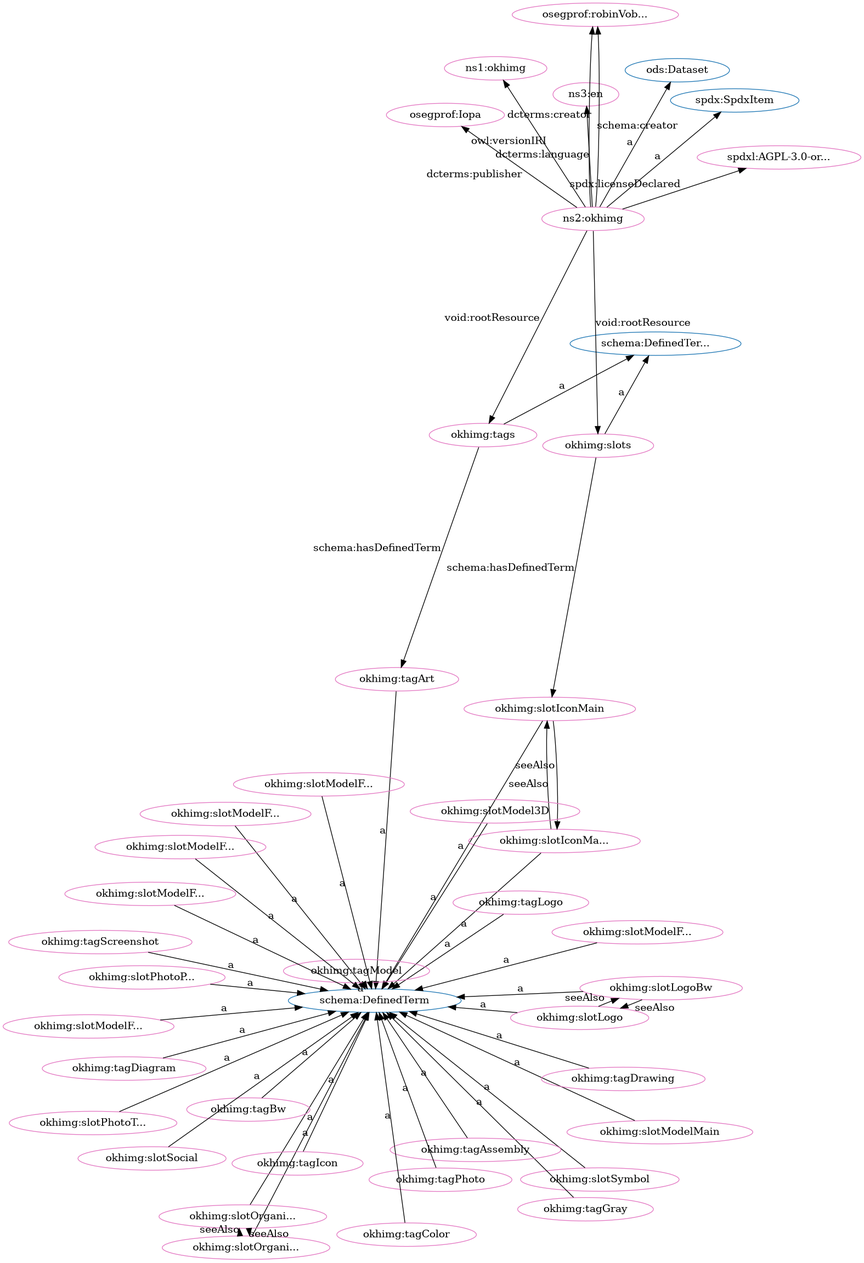
Before: src/spec/dot_okh-img-clean.png, a diagram exported from Graphviz (iop-alliance/OpenKnowHow). Its source is kept beside it as src/spec/dot_okh-img-clean.dot.
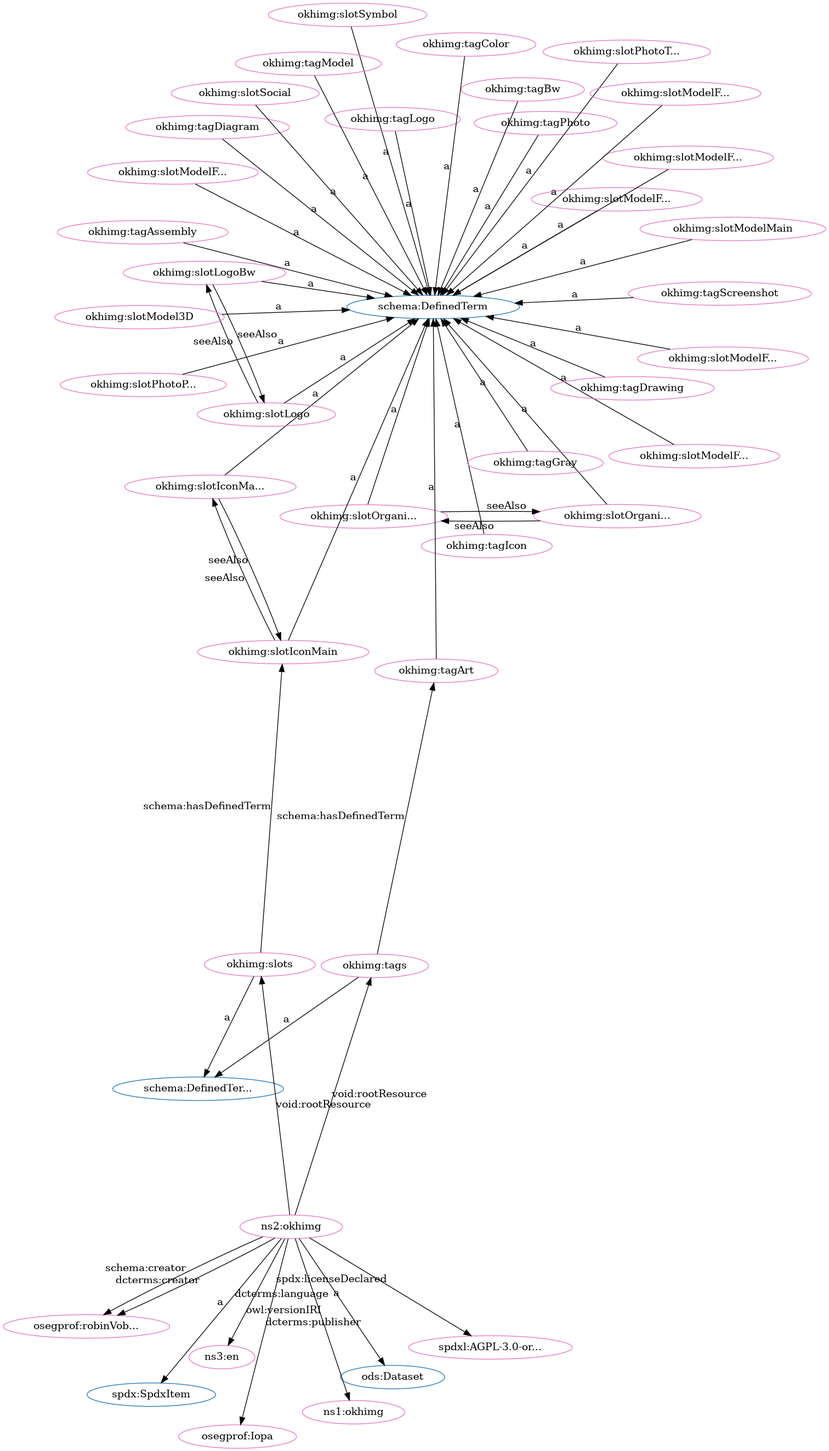
Later version of the same file.

Diff of the diagram source:
```diff
@@ -2,95 +2,95 @@
   rankdir=BT
   node[height=.3]
 "http://spdx.org/rdf/terms#SpdxItem" [fillcolor="#1f77b4" color="#1f77b4" label="spdx:SpdxItem"]
+"http://schema.org/DefinedTermSet" [fillcolor="#1f77b4" color="#1f77b4" label="schema:DefinedTer..."]
+"http://schema.org/DefinedTerm" [fillcolor="#1f77b4" color="#1f77b4" label="schema:DefinedTerm"]
 "http://w3id.org/oseg/ont/ods#Dataset" [fillcolor="#1f77b4" color="#1f77b4" label="ods:Dataset"]
-"http://schema.org/DefinedTerm" [fillcolor="#1f77b4" color="#1f77b4" label="schema:DefinedTerm"]
-"http://schema.org/DefinedTermSet" [fillcolor="#1f77b4" color="#1f77b4" label="schema:DefinedTer..."]
+"http://w3id.org/oseg/ont/okhimg#tags" [fillcolor="#e377c2" color="#e377c2" label="okhimg:tags"]
+"http://w3id.org/oseg/ont/okhimg#tagPhoto" [fillcolor="#e377c2" color="#e377c2" label="okhimg:tagPhoto"]
+"http://w3id.org/oseg/ont/oseg-profiles#robinVobruba" [fillcolor="#e377c2" color="#e377c2" label="osegprof:robinVob..."]
+"http://w3id.org/oseg/ont/okhimg#slotPhotoThingMain" [fillcolor="#e377c2" color="#e377c2" label="okhimg:slotPhotoT..."]
+"http://w3id.org/oseg/ont/okhimg#slotOrganizationLogo" [fillcolor="#e377c2" color="#e377c2" label="okhimg:slotOrgani..."]
+"http://w3id.org/oseg/ont/0.1.0/okhimg" [fillcolor="#e377c2" color="#e377c2" label="ns1:okhimg"]
 "http://w3id.org/oseg/ont/okhimg#slotSymbol" [fillcolor="#e377c2" color="#e377c2" label="okhimg:slotSymbol"]
-"http://w3id.org/oseg/ont/0.1.0/okhimg" [fillcolor="#e377c2" color="#e377c2" label="ns1:okhimg"]
+"http://w3id.org/oseg/ont/okhimg#tagLogo" [fillcolor="#e377c2" color="#e377c2" label="okhimg:tagLogo"]
+"http://w3id.org/oseg/ont/okhimg#slotModelMain" [fillcolor="#e377c2" color="#e377c2" label="okhimg:slotModelMain"]
+"http://w3id.org/oseg/ont/okhimg#tagDiagram" [fillcolor="#e377c2" color="#e377c2" label="okhimg:tagDiagram"]
+"http://w3id.org/oseg/ont/okhimg#slotModelFromAbove" [fillcolor="#e377c2" color="#e377c2" label="okhimg:slotModelF..."]
+"http://w3id.org/oseg/ont/okhimg" [fillcolor="#e377c2" color="#e377c2" label="ns2:okhimg"]
+"http://w3id.org/oseg/ont/okhimg#tagIcon" [fillcolor="#e377c2" color="#e377c2" label="okhimg:tagIcon"]
+"http://w3id.org/oseg/ont/okhimg#slotIconMainBw" [fillcolor="#e377c2" color="#e377c2" label="okhimg:slotIconMa..."]
+"http://w3id.org/oseg/ont/okhimg#slotModelFromBelow" [fillcolor="#e377c2" color="#e377c2" label="okhimg:slotModelF..."]
+"http://w3id.org/oseg/ont/okhimg#slots" [fillcolor="#e377c2" color="#e377c2" label="okhimg:slots"]
+"http://w3id.org/oseg/ont/okhimg#slotIconMain" [fillcolor="#e377c2" color="#e377c2" label="okhimg:slotIconMain"]
+"http://w3id.org/oseg/ont/okhimg#slotLogo" [fillcolor="#e377c2" color="#e377c2" label="okhimg:slotLogo"]
 "http://w3id.org/oseg/ont/okhimg#slotLogoBw" [fillcolor="#e377c2" color="#e377c2" label="okhimg:slotLogoBw"]
-"http://w3id.org/oseg/ont/okhimg#tags" [fillcolor="#e377c2" color="#e377c2" label="okhimg:tags"]
-"http://w3id.org/oseg/ont/okhimg" [fillcolor="#e377c2" color="#e377c2" label="ns2:okhimg"]
-"http://id.loc.gov/vocabulary/iso639-1/en" [fillcolor="#e377c2" color="#e377c2" label="ns3:en"]
+"http://w3id.org/oseg/ont/oseg-profiles#Iopa" [fillcolor="#e377c2" color="#e377c2" label="osegprof:Iopa"]
+"http://w3id.org/oseg/ont/okhimg#tagBw" [fillcolor="#e377c2" color="#e377c2" label="okhimg:tagBw"]
+"http://w3id.org/oseg/ont/okhimg#tagColor" [fillcolor="#e377c2" color="#e377c2" label="okhimg:tagColor"]
 "http://w3id.org/oseg/ont/okhimg#slotOrganizationLogoBw" [fillcolor="#e377c2" color="#e377c2" label="okhimg:slotOrgani..."]
-"http://w3id.org/oseg/ont/okhimg#slotIconMain" [fillcolor="#e377c2" color="#e377c2" label="okhimg:slotIconMain"]
-"http://w3id.org/oseg/ont/okhimg#slotPhotoThingMain" [fillcolor="#e377c2" color="#e377c2" label="okhimg:slotPhotoT..."]
-"http://w3id.org/oseg/ont/oseg-profiles#robinVobruba" [fillcolor="#e377c2" color="#e377c2" label="osegprof:robinVob..."]
+"http://w3id.org/oseg/ont/okhimg#slotModelFromRight" [fillcolor="#e377c2" color="#e377c2" label="okhimg:slotModelF..."]
 "http://w3id.org/oseg/ont/okhimg#tagGray" [fillcolor="#e377c2" color="#e377c2" label="okhimg:tagGray"]
-"http://w3id.org/oseg/ont/okhimg#tagAssembly" [fillcolor="#e377c2" color="#e377c2" label="okhimg:tagAssembly"]
-"http://w3id.org/oseg/ont/okhimg#tagArt" [fillcolor="#e377c2" color="#e377c2" label="okhimg:tagArt"]
-"http://w3id.org/oseg/ont/okhimg#slotIconMainBw" [fillcolor="#e377c2" color="#e377c2" label="okhimg:slotIconMa..."]
-"http://w3id.org/oseg/ont/okhimg#slotLogo" [fillcolor="#e377c2" color="#e377c2" label="okhimg:slotLogo"]
-"http://w3id.org/oseg/ont/okhimg#tagDiagram" [fillcolor="#e377c2" color="#e377c2" label="okhimg:tagDiagram"]
+"http://w3id.org/oseg/ont/okhimg#slotModelFromBack" [fillcolor="#e377c2" color="#e377c2" label="okhimg:slotModelF..."]
+"http://w3id.org/oseg/ont/okhimg#slotSocial" [fillcolor="#e377c2" color="#e377c2" label="okhimg:slotSocial"]
+"http://spdx.org/licenses/AGPL-3.0-or-later" [fillcolor="#e377c2" color="#e377c2" label="spdxl:AGPL-3.0-or..."]
 "http://w3id.org/oseg/ont/okhimg#slotPhotoPackaging" [fillcolor="#e377c2" color="#e377c2" label="okhimg:slotPhotoP..."]
-"http://w3id.org/oseg/ont/okhimg#slotOrganizationLogo" [fillcolor="#e377c2" color="#e377c2" label="okhimg:slotOrgani..."]
-"http://w3id.org/oseg/ont/okhimg#tagPhoto" [fillcolor="#e377c2" color="#e377c2" label="okhimg:tagPhoto"]
-"http://w3id.org/oseg/ont/okhimg#slotModelMain" [fillcolor="#e377c2" color="#e377c2" label="okhimg:slotModelMain"]
-"http://w3id.org/oseg/ont/okhimg#slots" [fillcolor="#e377c2" color="#e377c2" label="okhimg:slots"]
+"http://w3id.org/oseg/ont/okhimg#tagDrawing" [fillcolor="#e377c2" color="#e377c2" label="okhimg:tagDrawing"]
+"http://w3id.org/oseg/ont/okhimg#tagScreenshot" [fillcolor="#e377c2" color="#e377c2" label="okhimg:tagScreenshot"]
 "http://w3id.org/oseg/ont/okhimg#slotModelFromFront" [fillcolor="#e377c2" color="#e377c2" label="okhimg:slotModelF..."]
-"http://w3id.org/oseg/ont/okhimg#tagScreenshot" [fillcolor="#e377c2" color="#e377c2" label="okhimg:tagScreenshot"]
-"http://w3id.org/oseg/ont/okhimg#tagColor" [fillcolor="#e377c2" color="#e377c2" label="okhimg:tagColor"]
-"http://w3id.org/oseg/ont/oseg-profiles#Iopa" [fillcolor="#e377c2" color="#e377c2" label="osegprof:Iopa"]
-"http://w3id.org/oseg/ont/okhimg#slotModelFromLeft" [fillcolor="#e377c2" color="#e377c2" label="okhimg:slotModelF..."]
-"http://w3id.org/oseg/ont/okhimg#slotModelFromAbove" [fillcolor="#e377c2" color="#e377c2" label="okhimg:slotModelF..."]
-"http://spdx.org/licenses/AGPL-3.0-or-later" [fillcolor="#e377c2" color="#e377c2" label="spdxl:AGPL-3.0-or..."]
-"http://w3id.org/oseg/ont/okhimg#tagLogo" [fillcolor="#e377c2" color="#e377c2" label="okhimg:tagLogo"]
 "http://w3id.org/oseg/ont/okhimg#slotModel3D" [fillcolor="#e377c2" color="#e377c2" label="okhimg:slotModel3D"]
 "http://w3id.org/oseg/ont/okhimg#tagModel" [fillcolor="#e377c2" color="#e377c2" label="okhimg:tagModel"]
-"http://w3id.org/oseg/ont/okhimg#tagIcon" [fillcolor="#e377c2" color="#e377c2" label="okhimg:tagIcon"]
-"http://w3id.org/oseg/ont/okhimg#slotModelFromRight" [fillcolor="#e377c2" color="#e377c2" label="okhimg:slotModelF..."]
-"http://w3id.org/oseg/ont/okhimg#tagDrawing" [fillcolor="#e377c2" color="#e377c2" label="okhimg:tagDrawing"]
-"http://w3id.org/oseg/ont/okhimg#tagBw" [fillcolor="#e377c2" color="#e377c2" label="okhimg:tagBw"]
-"http://w3id.org/oseg/ont/okhimg#slotModelFromBack" [fillcolor="#e377c2" color="#e377c2" label="okhimg:slotModelF..."]
-"http://w3id.org/oseg/ont/okhimg#slotModelFromBelow" [fillcolor="#e377c2" color="#e377c2" label="okhimg:slotModelF..."]
-"http://w3id.org/oseg/ont/okhimg#slotSocial" [fillcolor="#e377c2" color="#e377c2" label="okhimg:slotSocial"]
+"http://w3id.org/oseg/ont/okhimg#tagArt" [fillcolor="#e377c2" color="#e377c2" label="okhimg:tagArt"]
+"http://w3id.org/oseg/ont/okhimg#slotModelFromLeft" [fillcolor="#e377c2" color="#e377c2" label="okhimg:slotModelF..."]
+"http://id.loc.gov/vocabulary/iso639-1/en" [fillcolor="#e377c2" color="#e377c2" label="ns3:en"]
+"http://w3id.org/oseg/ont/okhimg#tagAssembly" [fillcolor="#e377c2" color="#e377c2" label="okhimg:tagAssembly"]
+  "http://w3id.org/oseg/ont/okhimg" -> "http://w3id.org/oseg/ont/okhimg#tags" [label="void:rootResource"]
+  "http://w3id.org/oseg/ont/okhimg#tagPhoto" -> "http://schema.org/DefinedTerm" [label="a"]
+  "http://w3id.org/oseg/ont/okhimg" -> "http://w3id.org/oseg/ont/oseg-profiles#robinVobruba" [label="dcterms:creator"]
+  "http://w3id.org/oseg/ont/okhimg#slotPhotoThingMain" -> "http://schema.org/DefinedTerm" [label="a"]
+  "http://w3id.org/oseg/ont/okhimg#slotOrganizationLogoBw" -> "http://w3id.org/oseg/ont/okhimg#slotOrganizationLogo" [label="seeAlso"]
   "http://w3id.org/oseg/ont/okhimg#slotSymbol" -> "http://schema.org/DefinedTerm" [label="a"]
   "http://w3id.org/oseg/ont/okhimg" -> "http://w3id.org/oseg/ont/0.1.0/okhimg" [label="owl:versionIRI"]
-  "http://w3id.org/oseg/ont/okhimg#slotLogo" -> "http://w3id.org/oseg/ont/okhimg#slotLogoBw" [label="seeAlso"]
+  "http://w3id.org/oseg/ont/okhimg#tagLogo" -> "http://schema.org/DefinedTerm" [label="a"]
+  "http://w3id.org/oseg/ont/okhimg#slotModelMain" -> "http://schema.org/DefinedTerm" [label="a"]
+  "http://w3id.org/oseg/ont/okhimg#tagDiagram" -> "http://schema.org/DefinedTerm" [label="a"]
+  "http://w3id.org/oseg/ont/okhimg#slotModelFromAbove" -> "http://schema.org/DefinedTerm" [label="a"]
+  "http://w3id.org/oseg/ont/okhimg" -> "http://spdx.org/rdf/terms#SpdxItem" [label="a"]
+  "http://w3id.org/oseg/ont/okhimg#tagIcon" -> "http://schema.org/DefinedTerm" [label="a"]
+  "http://w3id.org/oseg/ont/okhimg#slotIconMainBw" -> "http://schema.org/DefinedTerm" [label="a"]
+  "http://w3id.org/oseg/ont/okhimg#slotModelFromBelow" -> "http://schema.org/DefinedTerm" [label="a"]
+  "http://w3id.org/oseg/ont/okhimg" -> "http://w3id.org/oseg/ont/okhimg#slots" [label="void:rootResource"]
+  "http://w3id.org/oseg/ont/okhimg#slotIconMainBw" -> "http://w3id.org/oseg/ont/okhimg#slotIconMain" [label="seeAlso"]
+  "http://w3id.org/oseg/ont/okhimg#slotIconMain" -> "http://schema.org/DefinedTerm" [label="a"]
+  "http://w3id.org/oseg/ont/okhimg#slotOrganizationLogo" -> "http://schema.org/DefinedTerm" [label="a"]
   "http://w3id.org/oseg/ont/okhimg#tags" -> "http://schema.org/DefinedTermSet" [label="a"]
   "http://w3id.org/oseg/ont/okhimg" -> "http://w3id.org/oseg/ont/ods#Dataset" [label="a"]
-  "http://w3id.org/oseg/ont/okhimg" -> "http://id.loc.gov/vocabulary/iso639-1/en" [label="dcterms:language"]
+  "http://w3id.org/oseg/ont/okhimg#slotLogoBw" -> "http://w3id.org/oseg/ont/okhimg#slotLogo" [label="seeAlso"]
+  "http://w3id.org/oseg/ont/okhimg#slotLogoBw" -> "http://schema.org/DefinedTerm" [label="a"]
+  "http://w3id.org/oseg/ont/okhimg" -> "http://w3id.org/oseg/ont/oseg-profiles#Iopa" [label="dcterms:publisher"]
+  "http://w3id.org/oseg/ont/okhimg#tagBw" -> "http://schema.org/DefinedTerm" [label="a"]
+  "http://w3id.org/oseg/ont/okhimg#tagColor" -> "http://schema.org/DefinedTerm" [label="a"]
+  "http://w3id.org/oseg/ont/okhimg" -> "http://w3id.org/oseg/ont/oseg-profiles#robinVobruba" [label="schema:creator"]
   "http://w3id.org/oseg/ont/okhimg#slotOrganizationLogoBw" -> "http://schema.org/DefinedTerm" [label="a"]
-  "http://w3id.org/oseg/ont/okhimg#slots" -> "http://w3id.org/oseg/ont/okhimg#slotIconMain" [label="schema:hasDefinedTerm"]
-  "http://w3id.org/oseg/ont/okhimg#slotPhotoThingMain" -> "http://schema.org/DefinedTerm" [label="a"]
-  "http://w3id.org/oseg/ont/okhimg" -> "http://w3id.org/oseg/ont/oseg-profiles#robinVobruba" [label="dcterms:creator"]
+  "http://w3id.org/oseg/ont/okhimg#slotLogo" -> "http://schema.org/DefinedTerm" [label="a"]
+  "http://w3id.org/oseg/ont/okhimg#slotModelFromRight" -> "http://schema.org/DefinedTerm" [label="a"]
   "http://w3id.org/oseg/ont/okhimg#tagGray" -> "http://schema.org/DefinedTerm" [label="a"]
-  "http://w3id.org/oseg/ont/okhimg#tagAssembly" -> "http://schema.org/DefinedTerm" [label="a"]
-  "http://w3id.org/oseg/ont/okhimg#tagArt" -> "http://schema.org/DefinedTerm" [label="a"]
-  "http://w3id.org/oseg/ont/okhimg#slotIconMain" -> "http://w3id.org/oseg/ont/okhimg#slotIconMainBw" [label="seeAlso"]
-  "http://w3id.org/oseg/ont/okhimg" -> "http://spdx.org/rdf/terms#SpdxItem" [label="a"]
-  "http://w3id.org/oseg/ont/okhimg#slotIconMainBw" -> "http://w3id.org/oseg/ont/okhimg#slotIconMain" [label="seeAlso"]
-  "http://w3id.org/oseg/ont/okhimg#slotLogo" -> "http://schema.org/DefinedTerm" [label="a"]
-  "http://w3id.org/oseg/ont/okhimg#tagDiagram" -> "http://schema.org/DefinedTerm" [label="a"]
-  "http://w3id.org/oseg/ont/okhimg#slotPhotoPackaging" -> "http://schema.org/DefinedTerm" [label="a"]
-  "http://w3id.org/oseg/ont/okhimg#slotOrganizationLogoBw" -> "http://w3id.org/oseg/ont/okhimg#slotOrganizationLogo" [label="seeAlso"]
-  "http://w3id.org/oseg/ont/okhimg#tagPhoto" -> "http://schema.org/DefinedTerm" [label="a"]
-  "http://w3id.org/oseg/ont/okhimg#slotOrganizationLogo" -> "http://w3id.org/oseg/ont/okhimg#slotOrganizationLogoBw" [label="seeAlso"]
-  "http://w3id.org/oseg/ont/okhimg#slotModelMain" -> "http://schema.org/DefinedTerm" [label="a"]
-  "http://w3id.org/oseg/ont/okhimg" -> "http://w3id.org/oseg/ont/okhimg#slots" [label="void:rootResource"]
-  "http://w3id.org/oseg/ont/okhimg#slots" -> "http://schema.org/DefinedTermSet" [label="a"]
-  "http://w3id.org/oseg/ont/okhimg#slotModelFromFront" -> "http://schema.org/DefinedTerm" [label="a"]
-  "http://w3id.org/oseg/ont/okhimg#slotIconMain" -> "http://schema.org/DefinedTerm" [label="a"]
-  "http://w3id.org/oseg/ont/okhimg#slotLogoBw" -> "http://schema.org/DefinedTerm" [label="a"]
-  "http://w3id.org/oseg/ont/okhimg#slotIconMainBw" -> "http://schema.org/DefinedTerm" [label="a"]
-  "http://w3id.org/oseg/ont/okhimg" -> "http://w3id.org/oseg/ont/okhimg#tags" [label="void:rootResource"]
-  "http://w3id.org/oseg/ont/okhimg#tagScreenshot" -> "http://schema.org/DefinedTerm" [label="a"]
-  "http://w3id.org/oseg/ont/okhimg#tagColor" -> "http://schema.org/DefinedTerm" [label="a"]
-  "http://w3id.org/oseg/ont/okhimg" -> "http://w3id.org/oseg/ont/oseg-profiles#Iopa" [label="dcterms:publisher"]
-  "http://w3id.org/oseg/ont/okhimg#slotModelFromLeft" -> "http://schema.org/DefinedTerm" [label="a"]
-  "http://w3id.org/oseg/ont/okhimg" -> "http://w3id.org/oseg/ont/oseg-profiles#robinVobruba" [label="schema:creator"]
-  "http://w3id.org/oseg/ont/okhimg#slotModelFromAbove" -> "http://schema.org/DefinedTerm" [label="a"]
+  "http://w3id.org/oseg/ont/okhimg#slotModelFromBack" -> "http://schema.org/DefinedTerm" [label="a"]
   "http://w3id.org/oseg/ont/okhimg#slotSocial" -> "http://schema.org/DefinedTerm" [label="a"]
   "http://w3id.org/oseg/ont/okhimg" -> "http://spdx.org/licenses/AGPL-3.0-or-later" [label="spdx:licenseDeclared"]
-  "http://w3id.org/oseg/ont/okhimg#tagLogo" -> "http://schema.org/DefinedTerm" [label="a"]
+  "http://w3id.org/oseg/ont/okhimg#slotPhotoPackaging" -> "http://schema.org/DefinedTerm" [label="a"]
+  "http://w3id.org/oseg/ont/okhimg#tagDrawing" -> "http://schema.org/DefinedTerm" [label="a"]
+  "http://w3id.org/oseg/ont/okhimg#slotOrganizationLogo" -> "http://w3id.org/oseg/ont/okhimg#slotOrganizationLogoBw" [label="seeAlso"]
+  "http://w3id.org/oseg/ont/okhimg#tagScreenshot" -> "http://schema.org/DefinedTerm" [label="a"]
+  "http://w3id.org/oseg/ont/okhimg#slotModelFromFront" -> "http://schema.org/DefinedTerm" [label="a"]
+  "http://w3id.org/oseg/ont/okhimg#slotLogo" -> "http://w3id.org/oseg/ont/okhimg#slotLogoBw" [label="seeAlso"]
   "http://w3id.org/oseg/ont/okhimg#slotModel3D" -> "http://schema.org/DefinedTerm" [label="a"]
+  "http://w3id.org/oseg/ont/okhimg#tagModel" -> "http://schema.org/DefinedTerm" [label="a"]
+  "http://w3id.org/oseg/ont/okhimg#slots" -> "http://schema.org/DefinedTermSet" [label="a"]
+  "http://w3id.org/oseg/ont/okhimg#tagArt" -> "http://schema.org/DefinedTerm" [label="a"]
+  "http://w3id.org/oseg/ont/okhimg#slotModelFromLeft" -> "http://schema.org/DefinedTerm" [label="a"]
+  "http://w3id.org/oseg/ont/okhimg" -> "http://id.loc.gov/vocabulary/iso639-1/en" [label="dcterms:language"]
+  "http://w3id.org/oseg/ont/okhimg#slotIconMain" -> "http://w3id.org/oseg/ont/okhimg#slotIconMainBw" [label="seeAlso"]
+  "http://w3id.org/oseg/ont/okhimg#slots" -> "http://w3id.org/oseg/ont/okhimg#slotIconMain" [label="schema:hasDefinedTerm"]
   "http://w3id.org/oseg/ont/okhimg#tags" -> "http://w3id.org/oseg/ont/okhimg#tagArt" [label="schema:hasDefinedTerm"]
-  "http://w3id.org/oseg/ont/okhimg#tagModel" -> "http://schema.org/DefinedTerm" [label="a"]
-  "http://w3id.org/oseg/ont/okhimg#slotLogoBw" -> "http://w3id.org/oseg/ont/okhimg#slotLogo" [label="seeAlso"]
-  "http://w3id.org/oseg/ont/okhimg#tagIcon" -> "http://schema.org/DefinedTerm" [label="a"]
-  "http://w3id.org/oseg/ont/okhimg#slotModelFromRight" -> "http://schema.org/DefinedTerm" [label="a"]
-  "http://w3id.org/oseg/ont/okhimg#slotOrganizationLogo" -> "http://schema.org/DefinedTerm" [label="a"]
-  "http://w3id.org/oseg/ont/okhimg#tagDrawing" -> "http://schema.org/DefinedTerm" [label="a"]
-  "http://w3id.org/oseg/ont/okhimg#tagBw" -> "http://schema.org/DefinedTerm" [label="a"]
-  "http://w3id.org/oseg/ont/okhimg#slotModelFromBack" -> "http://schema.org/DefinedTerm" [label="a"]
-  "http://w3id.org/oseg/ont/okhimg#slotModelFromBelow" -> "http://schema.org/DefinedTerm" [label="a"]
+  "http://w3id.org/oseg/ont/okhimg#tagAssembly" -> "http://schema.org/DefinedTerm" [label="a"]
 }
```
